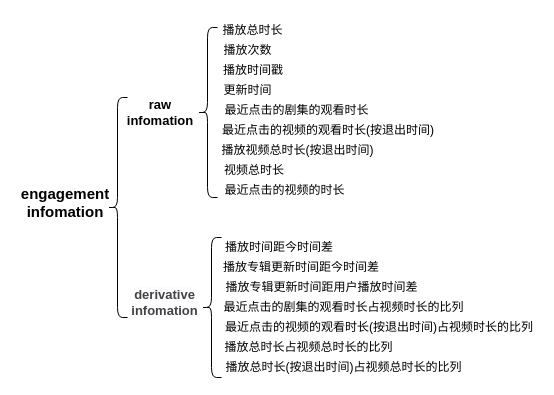
This is page "engagement infomation" (1 of 3) of Untitled Diagram.drawio from jlinleung/Cheatsheets, a draw.io file, before an edit. Source tidied: cells renumbered, new cells numbered last; positions are measured from the earlier drawing's top-left corner, leaving out a move shared by most shapes. Both pictures are drawn from the tidied source at 100%, with x=0, y=0 at pixel (17, 17).
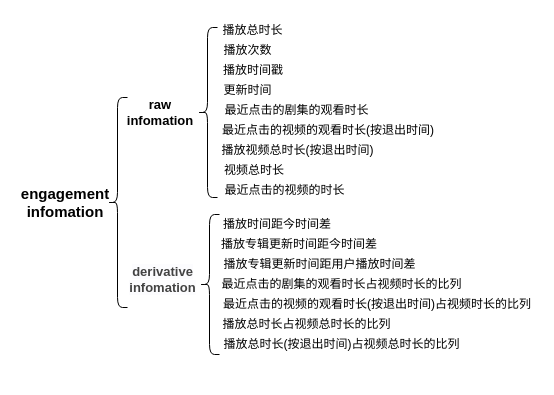
The same diagram, later.

Unchanged cells that the change refers to:
```xml
<mxCell id="2" style="group;fontSize=12;fontStyle=1;" parent="1" vertex="1">
  <mxGeometry width="520" height="360" as="geometry" />
</mxCell>
```

Diff of the diagram source:
```diff
@@
     <mxCell id="3" style="shape=curlyBracket;whiteSpace=wrap;html=1;rounded=1;strokeWidth=1;fillColor=none;fontSize=12;fontStyle=1;" parent="2" vertex="1">
-      <mxGeometry x="90" y="80" width="20" height="220" as="geometry" />
+      <mxGeometry x="90" y="80" width="20" height="210" as="geometry" />
     </mxCell>
@@
-    <mxCell id="5" value="&lt;span style=&quot;color: rgb(67, 67, 67); font-family: arial, sans-serif; font-size: 13px; background-color: rgb(252, 252, 254);&quot;&gt;derivative infomation&lt;/span&gt;" style="text;html=1;strokeColor=none;fillColor=none;align=center;verticalAlign=middle;whiteSpace=wrap;rounded=0;fontSize=13;fontStyle=1;" parent="2" vertex="1">
-      <mxGeometry x="120" y="275" width="55" height="20" as="geometry" />
-    </mxCell>
@@
-    <mxCell id="7" style="shape=curlyBracket;whiteSpace=wrap;html=1;rounded=1;strokeWidth=1;fillColor=none;fontSize=12;fontStyle=1;" parent="2" vertex="1">
-      <mxGeometry x="184" y="220" width="20" height="140" as="geometry" />
-    </mxCell>
@@
+    <mxCell id="27" style="group;" parent="2" vertex="1">
+      <mxGeometry x="118" y="197" width="400" height="140" as="geometry" />
+    </mxCell>
+    <mxCell id="28" style="group;" parent="27" vertex="1">
+      <mxGeometry width="400" height="140" as="geometry" />
+    </mxCell>
+    <mxCell id="5" value="&lt;span style=&quot;color: rgb(67, 67, 67); font-family: arial, sans-serif; font-size: 13px; background-color: rgb(252, 252, 254);&quot;&gt;derivative infomation&lt;/span&gt;" style="text;html=1;strokeColor=none;fillColor=none;align=center;verticalAlign=middle;whiteSpace=wrap;rounded=0;fontSize=13;fontStyle=1;" parent="28" vertex="1">
+      <mxGeometry y="55" width="55" height="20" as="geometry" />
+    </mxCell>
+    <mxCell id="7" style="shape=curlyBracket;whiteSpace=wrap;html=1;rounded=1;strokeWidth=1;fillColor=none;fontSize=12;fontStyle=1;" parent="28" vertex="1">
+      <mxGeometry x="64" width="20" height="140" as="geometry" />
+    </mxCell>
-    <mxCell id="20" value="播放时间距今时间差" style="text;html=1;strokeColor=none;fillColor=none;align=center;verticalAlign=middle;whiteSpace=wrap;rounded=0;fontSize=12;fontStyle=0;" parent="2" vertex="1">
-      <mxGeometry x="204" y="220" width="116" height="20" as="geometry" />
+    <mxCell id="20" value="播放时间距今时间差" style="text;html=1;strokeColor=none;fillColor=none;align=center;verticalAlign=middle;whiteSpace=wrap;rounded=0;fontSize=12;fontStyle=0;" parent="28" vertex="1">
+      <mxGeometry x="84" width="116" height="20" as="geometry" />
     </mxCell>
-    <mxCell id="21" value="播放专辑更新时间距今时间差" style="text;html=1;strokeColor=none;fillColor=none;align=center;verticalAlign=middle;whiteSpace=wrap;rounded=0;fontSize=12;fontStyle=0;" parent="2" vertex="1">
-      <mxGeometry x="204" y="240" width="160" height="20" as="geometry" />
+    <mxCell id="21" value="播放专辑更新时间距今时间差" style="text;html=1;strokeColor=none;fillColor=none;align=center;verticalAlign=middle;whiteSpace=wrap;rounded=0;fontSize=12;fontStyle=0;" parent="28" vertex="1">
+      <mxGeometry x="84" y="20" width="160" height="20" as="geometry" />
     </mxCell>
-    <mxCell id="22" value="播放专辑更新时间距用户播放时间差" style="text;html=1;strokeColor=none;fillColor=none;align=center;verticalAlign=middle;whiteSpace=wrap;rounded=0;fontSize=12;fontStyle=0;" parent="2" vertex="1">
-      <mxGeometry x="203" y="260" width="203" height="20" as="geometry" />
+    <mxCell id="22" value="播放专辑更新时间距用户播放时间差" style="text;html=1;strokeColor=none;fillColor=none;align=center;verticalAlign=middle;whiteSpace=wrap;rounded=0;fontSize=12;fontStyle=0;" parent="28" vertex="1">
+      <mxGeometry x="83" y="40" width="203" height="20" as="geometry" />
     </mxCell>
-    <mxCell id="23" value="最近点击的剧集的观看时长占视频时长的比列" style="text;html=1;strokeColor=none;fillColor=none;align=center;verticalAlign=middle;whiteSpace=wrap;rounded=0;fontSize=12;fontStyle=0;" parent="2" vertex="1">
-      <mxGeometry x="203" y="280" width="247" height="20" as="geometry" />
+    <mxCell id="23" value="最近点击的剧集的观看时长占视频时长的比列" style="text;html=1;strokeColor=none;fillColor=none;align=center;verticalAlign=middle;whiteSpace=wrap;rounded=0;fontSize=12;fontStyle=0;" parent="28" vertex="1">
+      <mxGeometry x="83" y="60" width="247" height="20" as="geometry" />
     </mxCell>
-    <mxCell id="24" value="最近点击的视频的观看时长(按退出时间)占视频时长的比列" style="text;html=1;strokeColor=none;fillColor=none;align=center;verticalAlign=middle;whiteSpace=wrap;rounded=0;fontSize=12;fontStyle=0;" parent="2" vertex="1">
-      <mxGeometry x="204" y="300" width="316" height="20" as="geometry" />
+    <mxCell id="24" value="最近点击的视频的观看时长(按退出时间)占视频时长的比列" style="text;html=1;strokeColor=none;fillColor=none;align=center;verticalAlign=middle;whiteSpace=wrap;rounded=0;fontSize=12;fontStyle=0;" parent="28" vertex="1">
+      <mxGeometry x="84" y="80" width="316" height="20" as="geometry" />
     </mxCell>
-    <mxCell id="25" value="播放总时长占视频总时长的比列" style="text;html=1;strokeColor=none;fillColor=none;align=center;verticalAlign=middle;whiteSpace=wrap;rounded=0;fontSize=12;fontStyle=0;" parent="2" vertex="1">
-      <mxGeometry x="203" y="320" width="177" height="20" as="geometry" />
+    <mxCell id="25" value="播放总时长占视频总时长的比列" style="text;html=1;strokeColor=none;fillColor=none;align=center;verticalAlign=middle;whiteSpace=wrap;rounded=0;fontSize=12;fontStyle=0;" parent="28" vertex="1">
+      <mxGeometry x="83" y="100" width="177" height="20" as="geometry" />
     </mxCell>
-    <mxCell id="26" value="播放总时长(按退出时间)占视频总时长的比列" style="text;html=1;strokeColor=none;fillColor=none;align=center;verticalAlign=middle;whiteSpace=wrap;rounded=0;fontSize=12;fontStyle=0;" parent="2" vertex="1">
-      <mxGeometry x="203" y="340" width="247" height="20" as="geometry" />
+    <mxCell id="26" value="播放总时长(按退出时间)占视频总时长的比列" style="text;html=1;strokeColor=none;fillColor=none;align=center;verticalAlign=middle;whiteSpace=wrap;rounded=0;fontSize=12;fontStyle=0;" parent="28" vertex="1">
+      <mxGeometry x="83" y="120" width="247" height="20" as="geometry" />
     </mxCell>
```
